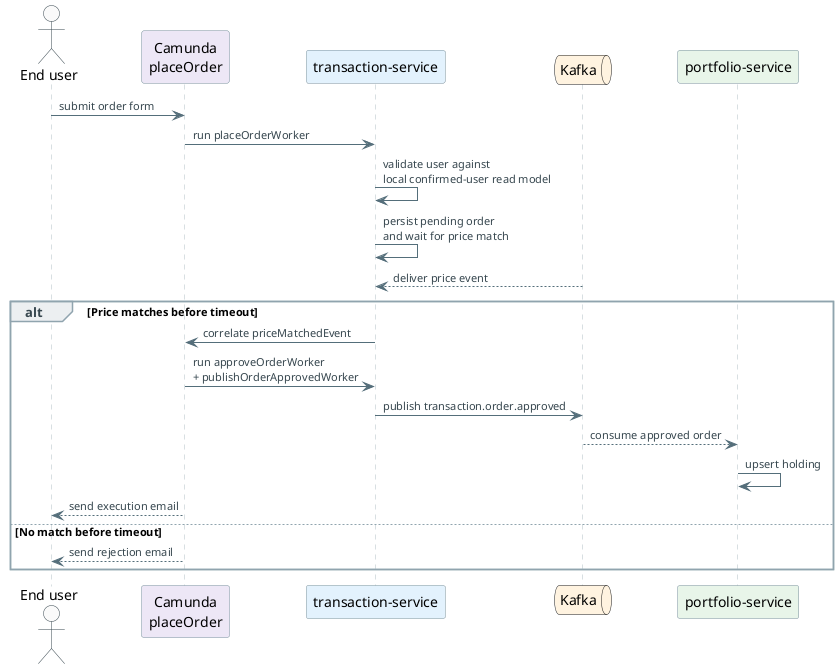
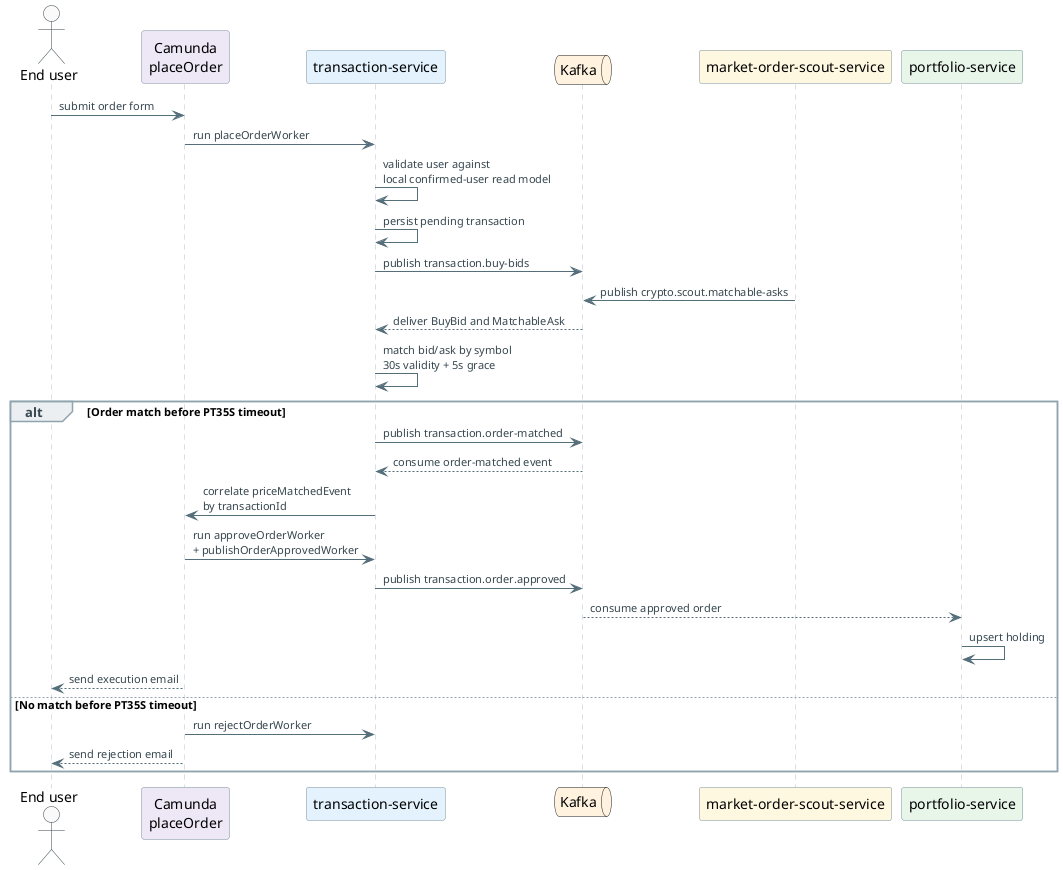
@startuml placeOrder-sequence
skinparam backgroundColor transparent
skinparam shadowing false
skinparam defaultFontName "Segoe UI"
skinparam ArrowColor #546E7A
skinparam ArrowFontColor #37474F
skinparam ArrowFontSize 11
skinparam sequenceParticipantBorderColor #78909C
skinparam sequenceParticipantBackgroundColor #FAFAFA
skinparam sequenceLifeLineBorderColor #B0BEC5
skinparam sequenceActorBorderColor #37474F
skinparam sequenceActorBackgroundColor #FAFAFA
skinparam noteBackgroundColor #FFFDE7
skinparam noteBorderColor #BDBDBD
skinparam sequenceGroupBorderColor #90A4AE
skinparam sequenceGroupHeaderFontColor #37474F
skinparam sequenceGroupBackgroundColor #ECEFF1

actor "End user" as User
participant "Camunda\nplaceOrder" as C #EDE7F6
participant "transaction-service" as T #E3F2FD
queue "Kafka" as K #FFF3E0
+ participant "market-order-scout-service" as M #FFF8E1
participant "portfolio-service" as P #E8F5E9

User -> C : submit order form
C -> T : run placeOrderWorker
T -> T : validate user against\nlocal confirmed-user read model
- T -> T : persist pending order\nand wait for price match
+ T -> T : persist pending transaction
+ T -> K : publish transaction.buy-bids

- K --> T : deliver price event
+ M -> K : publish crypto.scout.matchable-asks
+ K --> T : deliver BuyBid and MatchableAsk
+ T -> T : match bid/ask by symbol\n30s validity + 5s grace

- alt Price matches before timeout
-   T -> C : correlate priceMatchedEvent
+ alt Order match before PT35S timeout
+   T -> K : publish transaction.order-matched
+   K --> T : consume order-matched event
+   T -> C : correlate priceMatchedEvent\nby transactionId
  C -> T : run approveOrderWorker\n+ publishOrderApprovedWorker
  T -> K : publish transaction.order.approved
  K --> P : consume approved order
  P -> P : upsert holding
  C --> User : send execution email
- else No match before timeout
+ else No match before PT35S timeout
+   C -> T : run rejectOrderWorker
  C --> User : send rejection email
end

@enduml
